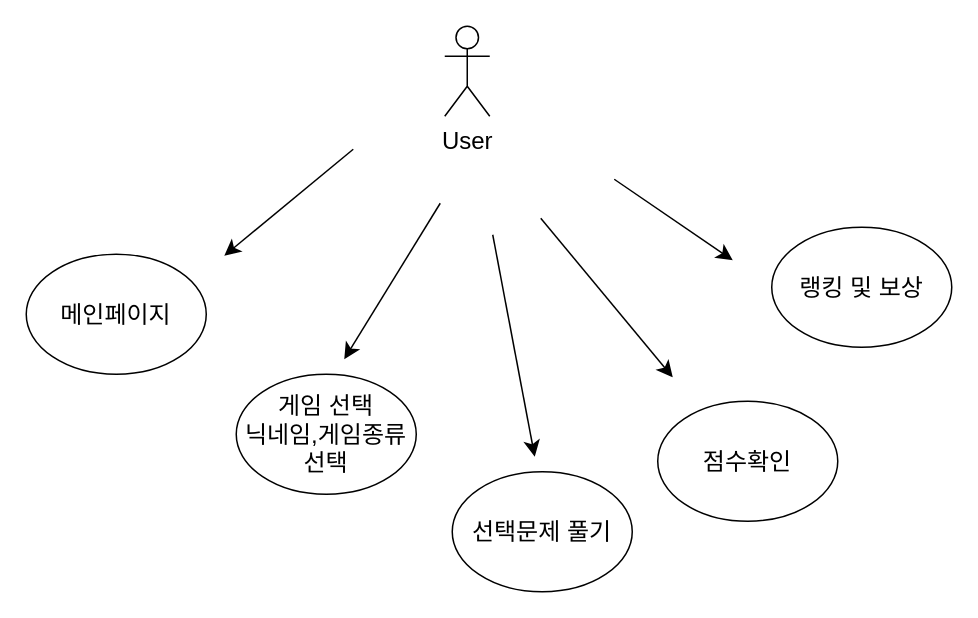
Before: miniproject.drawio in dlwlgnsrhy/BigData, a draw.io diagram. Source tidied: cells renumbered, new cells numbered last; positions are measured from the earlier drawing's top-left corner, leaving out a move shared by most shapes. Both pictures are drawn from the tidied source at 150%, with x=0, y=0 at pixel (26, 26).
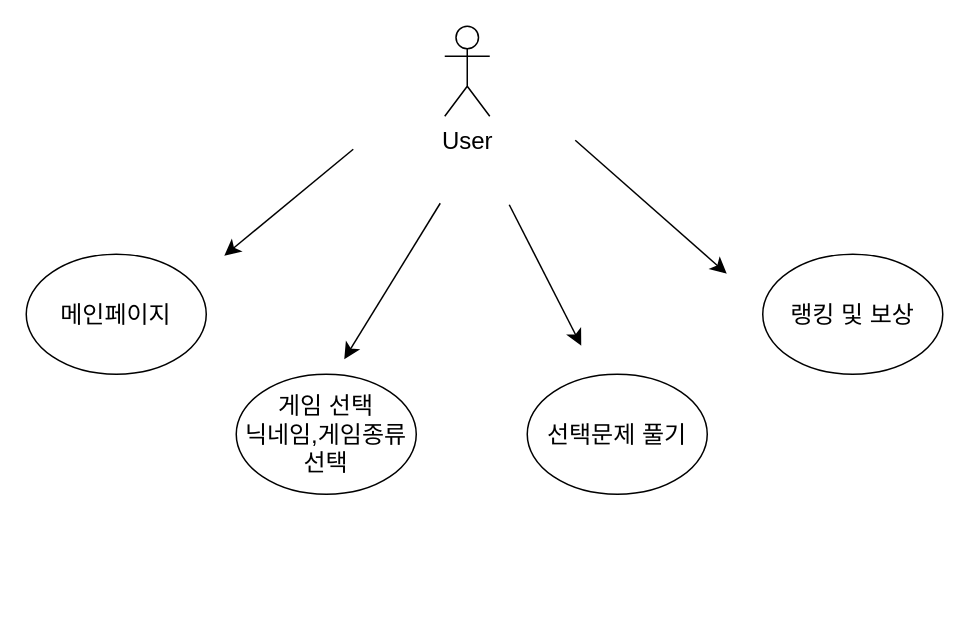
Above is the later version.

Change to the diagram source:
```diff
@@
 <mxGraphModel>
   <root>
     <mxCell id="0" />
     <mxCell id="1" parent="0" />
     <mxCell id="2" value="메인페이지" style="ellipse;whiteSpace=wrap;html=1;fontSize=16;" parent="1" vertex="1">
       <mxGeometry y="152" width="120" height="80" as="geometry" />
     </mxCell>
     <mxCell id="3" value="User" style="shape=umlActor;verticalLabelPosition=bottom;verticalAlign=top;html=1;fontSize=16;" parent="1" vertex="1">
       <mxGeometry x="279" width="30" height="60" as="geometry" />
     </mxCell>
     <mxCell id="4" value="게임 선택&lt;br&gt;닉네임,게임종류선택" style="ellipse;whiteSpace=wrap;html=1;fontSize=16;" parent="1" vertex="1">
       <mxGeometry x="140" y="232" width="120" height="80" as="geometry" />
     </mxCell>
     <mxCell id="5" value="선택문제 풀기&lt;br&gt;" style="ellipse;whiteSpace=wrap;html=1;fontSize=16;" parent="1" vertex="1">
-      <mxGeometry x="284" y="297" width="120" height="80" as="geometry" />
+      <mxGeometry x="334" y="232" width="120" height="80" as="geometry" />
     </mxCell>
-    <mxCell id="6" value="점수확인" style="ellipse;whiteSpace=wrap;html=1;fontSize=16;" parent="1" vertex="1">
-      <mxGeometry x="421" y="250" width="120" height="80" as="geometry" />
-    </mxCell>
     <mxCell id="7" value="랭킹 및 보상" style="ellipse;whiteSpace=wrap;html=1;fontSize=16;" parent="1" vertex="1">
-      <mxGeometry x="497" y="134" width="120" height="80" as="geometry" />
+      <mxGeometry x="491" y="152" width="120" height="80" as="geometry" />
     </mxCell>
     <mxCell id="8" style="endArrow=classic;html=1;rounded=0;fontSize=12;startSize=8;endSize=8;curved=1;" parent="1" edge="1">
       <mxGeometry relative="1" as="geometry">
         <mxPoint x="218" y="82" as="sourcePoint" />
         <mxPoint x="132" y="153" as="targetPoint" />
       </mxGeometry>
     </mxCell>
     <mxCell id="9" style="endArrow=classic;html=1;rounded=0;fontSize=12;startSize=8;endSize=8;curved=1;" parent="1" edge="1">
       <mxGeometry relative="1" as="geometry">
-        <mxPoint x="311" y="139" as="sourcePoint" />
-        <mxPoint x="339" y="287" as="targetPoint" />
+        <mxPoint x="322" y="119" as="sourcePoint" />
+        <mxPoint x="370" y="213" as="targetPoint" />
       </mxGeometry>
     </mxCell>
     <mxCell id="10" style="endArrow=classic;html=1;rounded=0;fontSize=12;startSize=8;endSize=8;curved=1;" parent="1" edge="1">
       <mxGeometry relative="1" as="geometry">
-        <mxPoint x="392" y="102" as="sourcePoint" />
-        <mxPoint x="471" y="156" as="targetPoint" />
+        <mxPoint x="366" y="76" as="sourcePoint" />
+        <mxPoint x="467" y="165" as="targetPoint" />
       </mxGeometry>
     </mxCell>
     <mxCell id="11" style="edgeStyle=none;curved=1;rounded=0;orthogonalLoop=1;jettySize=auto;html=1;exitX=0.5;exitY=0;exitDx=0;exitDy=0;fontSize=12;startSize=8;endSize=8;" parent="1" edge="1" source="5" target="5">
       <mxGeometry relative="1" as="geometry" />
     </mxCell>
     <mxCell id="12" style="endArrow=classic;html=1;rounded=0;fontSize=12;startSize=8;endSize=8;curved=1;" parent="1" edge="1">
       <mxGeometry relative="1" as="geometry">
         <mxPoint x="276" y="118" as="sourcePoint" />
         <mxPoint x="212" y="222" as="targetPoint" />
       </mxGeometry>
     </mxCell>
-    <mxCell id="13" style="endArrow=classic;html=1;rounded=0;fontSize=12;startSize=8;endSize=8;curved=1;" parent="1" edge="1">
-      <mxGeometry relative="1" as="geometry">
-        <mxPoint x="343" y="128" as="sourcePoint" />
-        <mxPoint x="431" y="234" as="targetPoint" />
-      </mxGeometry>
-    </mxCell>
   </root>
 </mxGraphModel>
```
